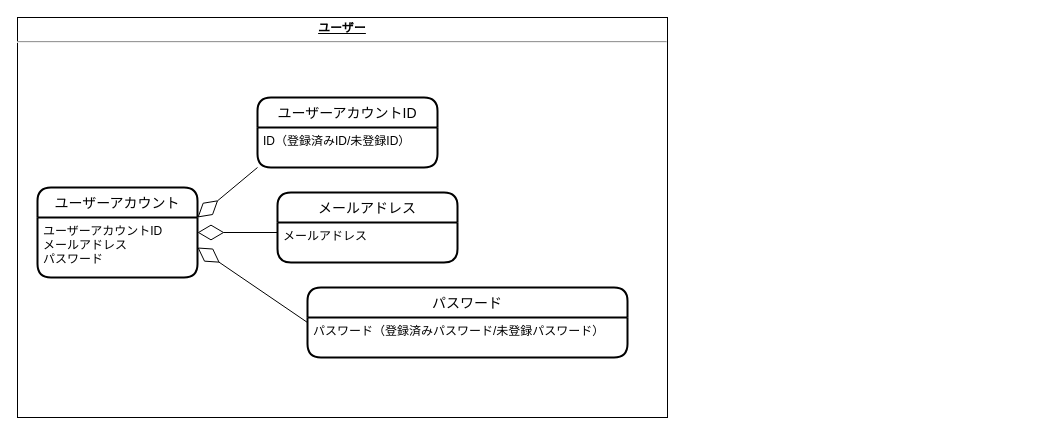
Earlier version of the draw.io diagram docs/domain-models.drawio (piteroni/todo-with-ktor-vue). Source tidied: cells renumbered, new cells numbered last; positions are measured from the earlier drawing's top-left corner, leaving out a move shared by most shapes. Both pictures are drawn from the tidied source at 100%, with x=0, y=0 at pixel (17, 17).
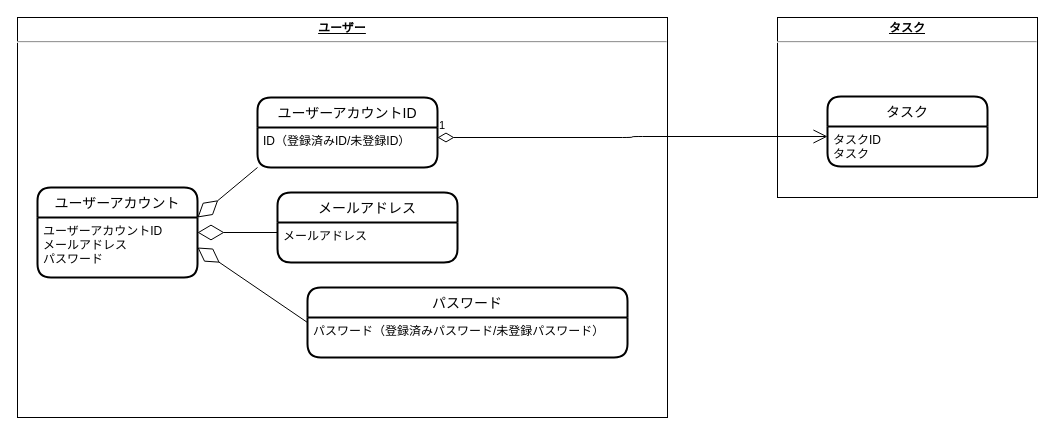
After the change.

What changed in the source:
```diff
@@
 <mxGraphModel>
   <root>
     <mxCell id="0" />
     <mxCell id="1" parent="0" />
     <mxCell id="2" value="&lt;p style=&quot;margin: 0px ; margin-top: 4px ; text-align: center ; text-decoration: underline&quot;&gt;&lt;b&gt;ユーザー&lt;/b&gt;&lt;/p&gt;&lt;hr&gt;&lt;p style=&quot;margin: 0px ; margin-left: 8px&quot;&gt;&lt;br&gt;&lt;/p&gt;" style="verticalAlign=top;align=left;overflow=fill;fontSize=12;fontFamily=Helvetica;html=1;" parent="1" vertex="1">
       <mxGeometry width="650" height="400" as="geometry" />
     </mxCell>
     <mxCell id="3" value="ユーザーアカウント" style="swimlane;horizontal=1;startSize=30;rounded=1;fontSize=14;fontStyle=0;strokeWidth=2;shadow=0;dashed=0;align=center;" parent="1" vertex="1">
       <mxGeometry x="20" y="170" width="160" height="90" as="geometry" />
     </mxCell>
     <mxCell id="4" value="ユーザーアカウントID&#10;メールアドレス&#10;パスワード" style="align=left;strokeColor=none;fillColor=none;spacingLeft=4;fontSize=12;verticalAlign=top;" parent="3" vertex="1">
       <mxGeometry y="30" width="160" height="60" as="geometry" />
     </mxCell>
     <mxCell id="5" value="パスワード" style="swimlane;horizontal=1;startSize=30;rounded=1;fontSize=14;fontStyle=0;strokeWidth=2;shadow=0;dashed=0;align=center;" parent="1" vertex="1">
       <mxGeometry x="290" y="270" width="320" height="70" as="geometry" />
     </mxCell>
     <mxCell id="6" value="パスワード（登録済みパスワード/未登録パスワード）" style="align=left;strokeColor=none;fillColor=none;spacingLeft=4;fontSize=12;verticalAlign=top;" parent="5" vertex="1">
       <mxGeometry y="30" width="320" height="40" as="geometry" />
     </mxCell>
     <mxCell id="7" value="ユーザーアカウントID" style="swimlane;horizontal=1;startSize=30;rounded=1;fontSize=14;fontStyle=0;strokeWidth=2;shadow=0;dashed=0;align=center;" parent="1" vertex="1">
       <mxGeometry x="240" y="80" width="180" height="70" as="geometry" />
     </mxCell>
     <mxCell id="8" value="ID（登録済みID/未登録ID）" style="align=left;strokeColor=none;fillColor=none;spacingLeft=4;fontSize=12;verticalAlign=top;" parent="7" vertex="1">
       <mxGeometry y="30" width="180" height="40" as="geometry" />
     </mxCell>
     <mxCell id="9" style="endArrow=diamondThin;endFill=0;endSize=24;html=1;exitX=0;exitY=1;exitDx=0;exitDy=0;entryX=1;entryY=0;entryDx=0;entryDy=0;" parent="1" edge="1" source="8" target="4">
       <mxGeometry relative="1" as="geometry" />
     </mxCell>
     <mxCell id="10" style="endArrow=diamondThin;endFill=0;endSize=24;html=1;exitX=0;exitY=0.5;exitDx=0;exitDy=0;entryX=1;entryY=0.5;entryDx=0;entryDy=0;" parent="1" edge="1" source="5" target="4">
       <mxGeometry relative="1" as="geometry" />
     </mxCell>
     <mxCell id="11" value="メールアドレス" style="swimlane;horizontal=1;startSize=30;rounded=1;fontSize=14;fontStyle=0;strokeWidth=2;shadow=0;dashed=0;align=center;" parent="1" vertex="1">
       <mxGeometry x="260" y="175" width="180" height="70" as="geometry" />
     </mxCell>
     <mxCell id="12" value="メールアドレス" style="align=left;strokeColor=none;fillColor=none;spacingLeft=4;fontSize=12;verticalAlign=top;" parent="11" vertex="1">
       <mxGeometry y="30" width="180" height="40" as="geometry" />
     </mxCell>
     <mxCell id="13" style="endArrow=diamondThin;endFill=0;endSize=24;html=1;exitX=0;exitY=0.25;exitDx=0;exitDy=0;entryX=1;entryY=0.25;entryDx=0;entryDy=0;" parent="1" edge="1" source="12" target="4">
       <mxGeometry relative="1" as="geometry" />
     </mxCell>
+    <mxCell id="14" value="&lt;p style=&quot;margin: 0px ; margin-top: 4px ; text-align: center ; text-decoration: underline&quot;&gt;&lt;b&gt;タスク&lt;/b&gt;&lt;/p&gt;&lt;hr&gt;&lt;p style=&quot;margin: 0px ; margin-left: 8px&quot;&gt;&lt;br&gt;&lt;/p&gt;" style="verticalAlign=top;align=left;overflow=fill;fontSize=12;fontFamily=Helvetica;html=1;" parent="1" vertex="1">
+      <mxGeometry x="760" width="260" height="180" as="geometry" />
+    </mxCell>
+    <mxCell id="15" value="タスク" style="swimlane;horizontal=1;startSize=30;rounded=1;fontSize=14;fontStyle=0;strokeWidth=2;shadow=0;dashed=0;align=center;" parent="1" vertex="1">
+      <mxGeometry x="810" y="79" width="160" height="70" as="geometry" />
+    </mxCell>
+    <mxCell id="16" value="タスクID&#10;タスク&#10;" style="align=left;strokeColor=none;fillColor=none;spacingLeft=4;fontSize=12;verticalAlign=top;" parent="15" vertex="1">
+      <mxGeometry y="30" width="160" height="40" as="geometry" />
+    </mxCell>
+    <mxCell id="17" style="edgeStyle=orthogonalEdgeStyle;rounded=0;orthogonalLoop=1;jettySize=auto;html=1;exitX=0.5;exitY=1;exitDx=0;exitDy=0;" parent="1" edge="1" source="14" target="14">
+      <mxGeometry relative="1" as="geometry" />
+    </mxCell>
+    <mxCell id="18" value="1" style="endArrow=open;html=1;endSize=12;startArrow=diamondThin;startSize=14;startFill=0;edgeStyle=orthogonalEdgeStyle;align=left;verticalAlign=bottom;entryX=0;entryY=0.25;entryDx=0;entryDy=0;exitX=1;exitY=0.25;exitDx=0;exitDy=0;" parent="1" edge="1" source="8" target="16">
+      <mxGeometry x="-1" y="3" relative="1" as="geometry" />
+    </mxCell>
   </root>
 </mxGraphModel>
```
